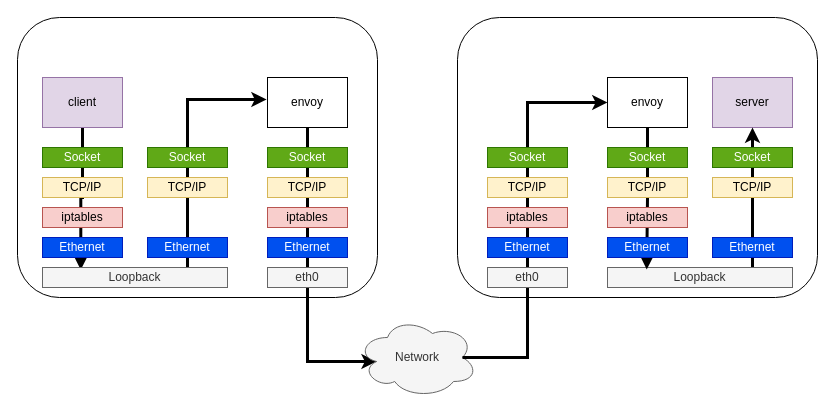
This is datapath between sidecar and service(before).drawio from xu1zhou/Documents, a draw.io file, before an edit. Source tidied: cells renumbered, new cells numbered last; positions are measured from the earlier drawing's top-left corner, leaving out a move shared by most shapes. Both pictures are drawn from the tidied source at 100%, with x=0, y=0 at pixel (17, 17).
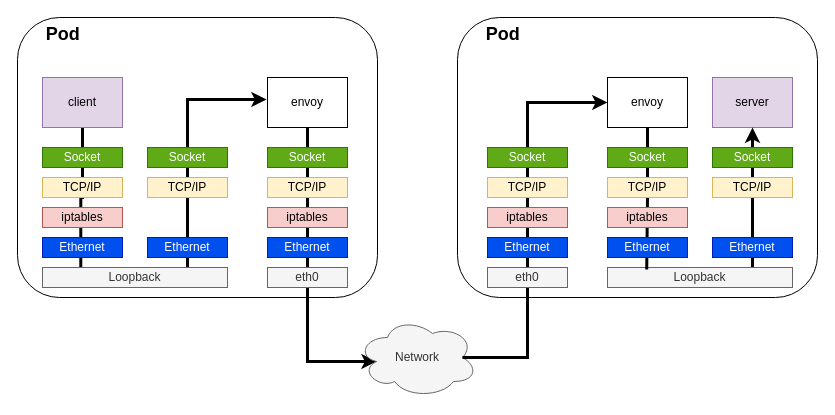
Above is the later version.

The change refers to these unchanged cells:
```xml
<mxCell id="4" value="client" style="rounded=0;whiteSpace=wrap;html=1;fillColor=#e1d5e7;strokeColor=#9673a6;" parent="1" vertex="1">
  <mxGeometry x="25" y="60" width="80" height="50" as="geometry" />
</mxCell>
<mxCell id="9" value="Loopback" style="rounded=0;whiteSpace=wrap;html=1;fillColor=#f5f5f5;strokeColor=#666666;fontColor=#333333;" parent="1" vertex="1">
  <mxGeometry x="25" y="250" width="185" height="20" as="geometry" />
</mxCell>
<mxCell id="24" value="Loopback" style="rounded=0;whiteSpace=wrap;html=1;fillColor=#f5f5f5;strokeColor=#666666;fontColor=#333333;" parent="1" vertex="1">
  <mxGeometry x="590" y="250" width="185" height="20" as="geometry" />
</mxCell>
<mxCell id="29" value="envoy" style="rounded=0;whiteSpace=wrap;html=1;" parent="1" vertex="1">
  <mxGeometry x="590" y="60" width="80" height="50" as="geometry" />
</mxCell>
```

The edit, as a diff of the source:
```diff
@@
-    <mxCell id="2" style="rounded=1;whiteSpace=wrap;html=1;" parent="1" vertex="1">
+    <mxCell id="2" value="&amp;nbsp; &amp;nbsp; &amp;nbsp; &amp;nbsp; &lt;b&gt;&lt;font style=&quot;font-size: 18px&quot;&gt;Pod&lt;/font&gt;&lt;/b&gt;" style="rounded=1;whiteSpace=wrap;html=1;align=left;verticalAlign=top;" parent="1" vertex="1">
       <mxGeometry width="360" height="280" as="geometry" />
     </mxCell>
-    <mxCell id="3" style="edgeStyle=orthogonalEdgeStyle;rounded=0;jettySize=auto;html=1;entryX=0.207;entryY=0.118;entryDx=0;entryDy=0;entryPerimeter=0;strokeWidth=3;" parent="1" edge="1" source="4" target="9">
+    <mxCell id="3" style="edgeStyle=orthogonalEdgeStyle;rounded=0;jettySize=auto;html=1;entryX=0.207;entryY=0.118;entryDx=0;entryDy=0;entryPerimeter=0;strokeWidth=3;endArrow=none;endFill=0;" parent="1" edge="1" source="4" target="9">
       <mxGeometry relative="1" as="geometry" />
     </mxCell>
@@
-    <mxCell id="21" style="rounded=1;whiteSpace=wrap;html=1;" parent="1" vertex="1">
+    <mxCell id="21" value="&lt;span&gt;&amp;nbsp; &amp;nbsp; &amp;nbsp; &amp;nbsp;&amp;nbsp;&lt;/span&gt;&lt;b&gt;&lt;font style=&quot;font-size: 18px&quot;&gt;Pod&lt;/font&gt;&lt;/b&gt;" style="rounded=1;whiteSpace=wrap;html=1;align=left;verticalAlign=top;" parent="1" vertex="1">
       <mxGeometry x="440" width="360" height="280" as="geometry" />
     </mxCell>
@@
-    <mxCell id="28" style="edgeStyle=orthogonalEdgeStyle;rounded=0;jettySize=auto;html=1;entryX=0.212;entryY=0.099;entryDx=0;entryDy=0;entryPerimeter=0;strokeColor=#000000;strokeWidth=3;" parent="1" edge="1" source="29" target="24">
+    <mxCell id="28" style="edgeStyle=orthogonalEdgeStyle;rounded=0;jettySize=auto;html=1;entryX=0.212;entryY=0.099;entryDx=0;entryDy=0;entryPerimeter=0;strokeColor=#000000;strokeWidth=3;endArrow=none;endFill=0;" parent="1" edge="1" source="29" target="24">
       <mxGeometry relative="1" as="geometry" />
     </mxCell>
```
